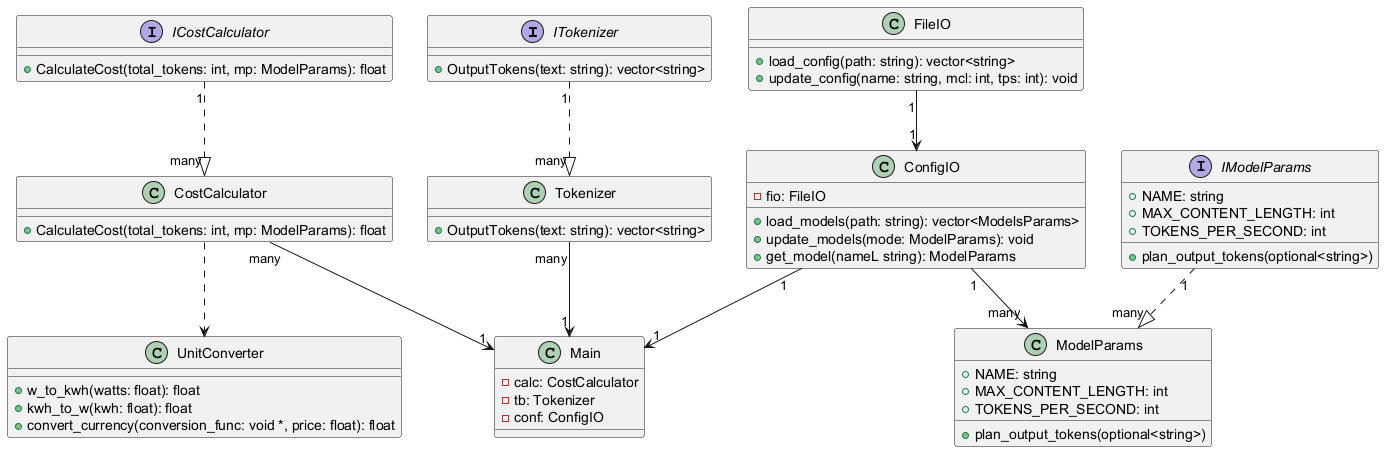
Above: uml/AITokenAnalyzer.png in TeejMcSteez/ITCS3112FinalProject (PlantUML), before the change.
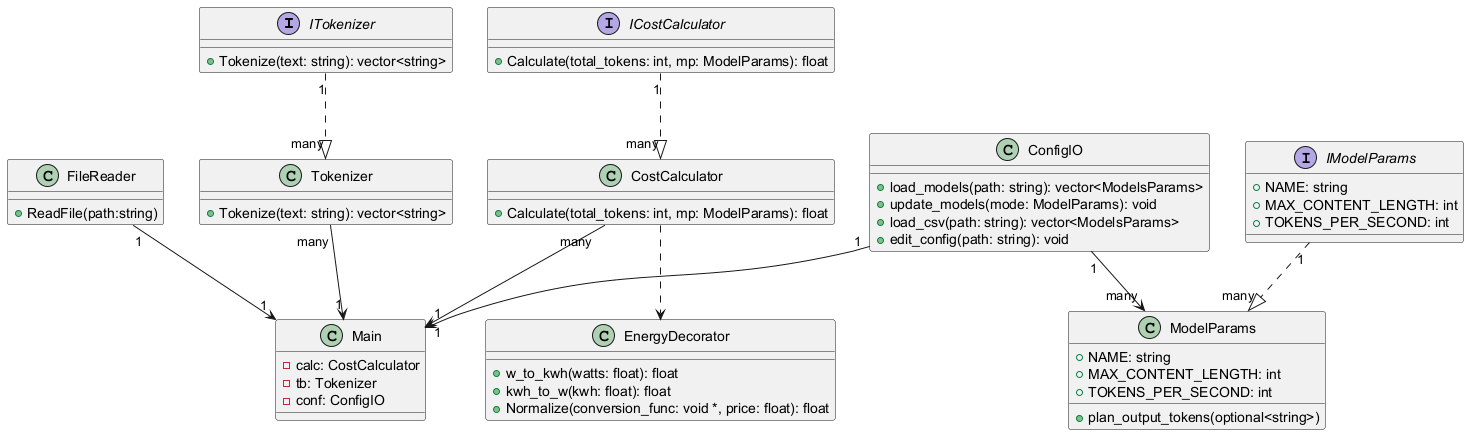
The same file after the commit.

The edit, as a diff of the source:
```diff
@@ -1,26 +1,25 @@
 @startuml AITokenAnalyzer
 
 interface ITokenizer {
-    +OutputTokens(text: string): vector<string>
+    +Tokenize(text: string): vector<string>
 }
 
 class Tokenizer {
-    +OutputTokens(text: string): vector<string>
+    +Tokenize(text: string): vector<string>
 }
 
 interface ICostCalculator {
-    +CalculateCost(total_tokens: int, mp: ModelParams): float
+    +Calculate(total_tokens: int, mp: ModelParams): float
 }
 
 class CostCalculator {
-    +CalculateCost(total_tokens: int, mp: ModelParams): float
+    +Calculate(total_tokens: int, mp: ModelParams): float
 }
 
 interface IModelParams {
     +NAME: string
     +MAX_CONTENT_LENGTH: int
     +TOKENS_PER_SECOND: int
-    +plan_output_tokens(optional<string>)
 }
 
 class ModelParams {
@@ -30,22 +29,21 @@
     +plan_output_tokens(optional<string>)
 }
 
-class FileIO {
-    +load_config(path: string): vector<string>
-    +update_config(name: string, mcl: int, tps: int): void
+class FileReader {
+    +ReadFile(path:string)
 }
 
 class ConfigIO {
-    -fio: FileIO
     +load_models(path: string): vector<ModelsParams>
     +update_models(mode: ModelParams): void
-    +get_model(nameL string): ModelParams
+    +load_csv(path: string): vector<ModelsParams>
+    +edit_config(path: string): void
 }
 
-class UnitConverter {
+class EnergyDecorator {
     +w_to_kwh(watts: float): float
     +kwh_to_w(kwh: float): float
-    +convert_currency(conversion_func: void *, price: float): float
+    +Normalize(conversion_func: void *, price: float): float
 }
 
 class Main {
@@ -56,11 +54,11 @@
 
 ITokenizer "1" ..|> "many" Tokenizer
 ICostCalculator "1" ..|> "many" CostCalculator
-CostCalculator ..> UnitConverter
+CostCalculator ..> EnergyDecorator
 IModelParams "1" ..|> "many" ModelParams
 ConfigIO "1" --> "many" ModelParams
-FileIO "1" --> "1" ConfigIO
 CostCalculator "many" --> "1" Main
 Tokenizer "many" --> "1" Main
 ConfigIO "1" --> "1" Main
+FileReader "1" --> "1" Main
 @enduml
```
